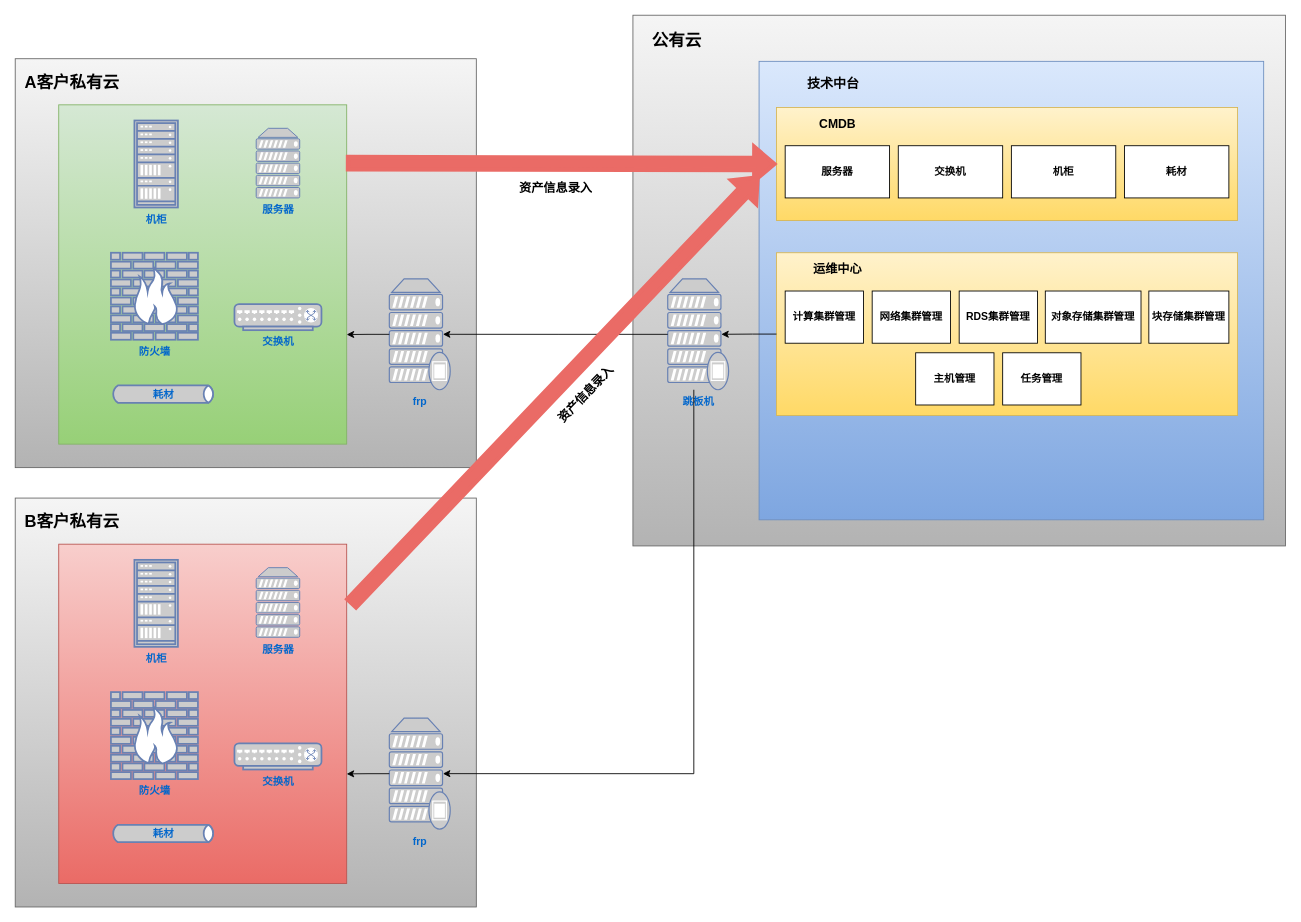
The draw.io diagram 多云纳管.drawio in WilliamWanCN/WilliamWanCN.github.io, before the edit. Source tidied: cells renumbered, new cells numbered last; positions are measured from the earlier drawing's top-left corner, leaving out a move shared by most shapes. Both pictures are drawn from the tidied source at 87%, with x=0, y=0 at pixel (15, 15).
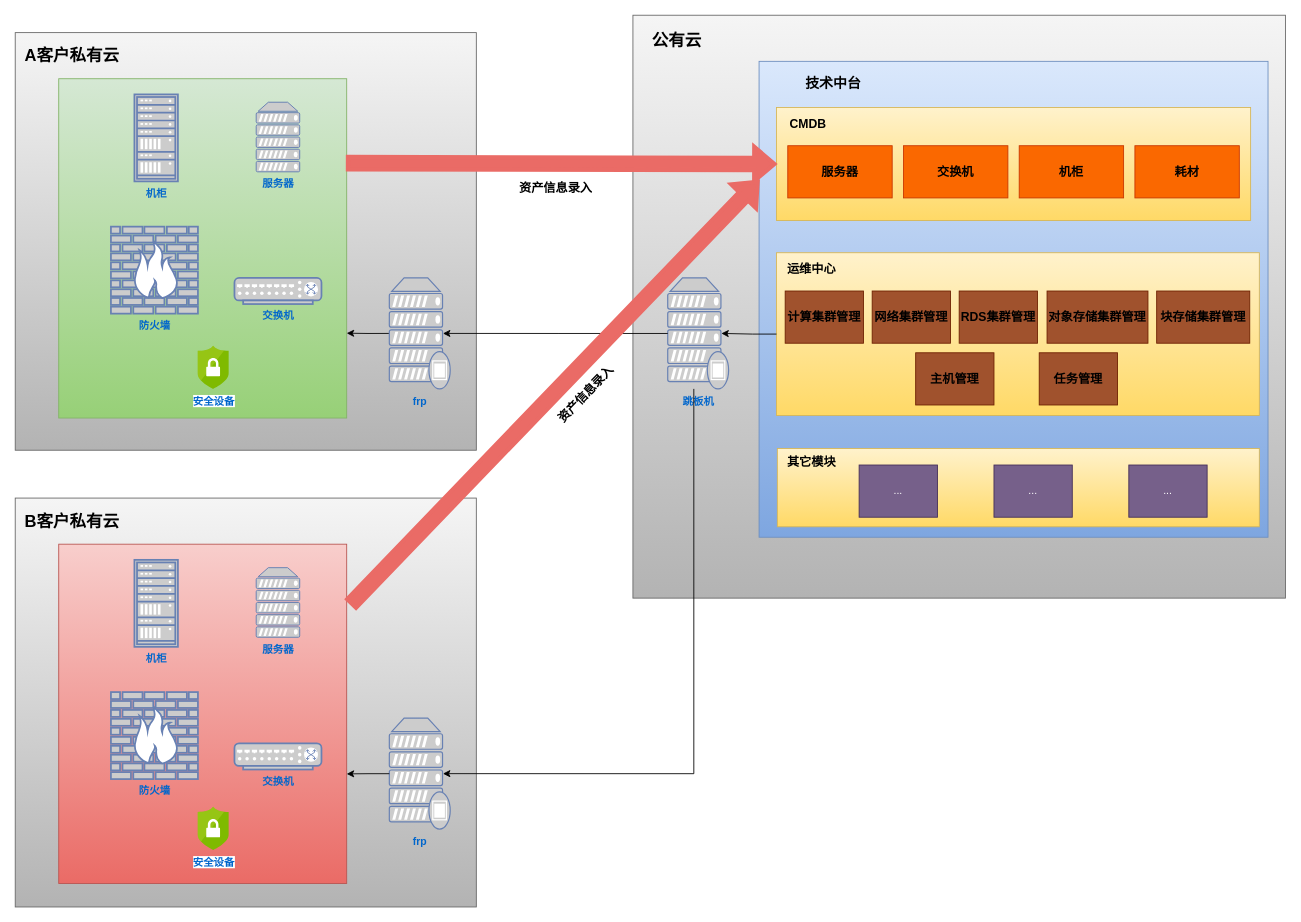
The same diagram, later.

Commit message:
更新多云纳管.drawio

What changed in the source:
```diff
@@
     <mxCell id="2" style="rounded=0;whiteSpace=wrap;html=1;fillColor=#f5f5f5;strokeColor=#666666;gradientColor=#b3b3b3;" parent="1" vertex="1">
-      <mxGeometry y="50" width="530" height="470" as="geometry" />
+      <mxGeometry y="20" width="530" height="480" as="geometry" />
     </mxCell>
     <mxCell id="3" value="&lt;font size=&quot;1&quot; style=&quot;&quot;&gt;&lt;b style=&quot;font-size: 19px;&quot;&gt;A客户私有云&lt;/b&gt;&lt;/font&gt;" style="text;html=1;align=center;verticalAlign=middle;strokeColor=none;fillColor=none;" parent="1" vertex="1">
-      <mxGeometry y="58" width="130" height="40" as="geometry" />
+      <mxGeometry y="27" width="130" height="40" as="geometry" />
     </mxCell>
     <mxCell id="4" style="rounded=0;whiteSpace=wrap;html=1;fillColor=#f5f5f5;strokeColor=#666666;gradientColor=#b3b3b3;" parent="1" vertex="1">
-      <mxGeometry x="710" width="750" height="610" as="geometry" />
+      <mxGeometry x="710" width="750" height="670" as="geometry" />
     </mxCell>
     <mxCell id="5" style="rounded=0;whiteSpace=wrap;html=1;fillColor=#d5e8d4;strokeColor=#82b366;gradientColor=#97d077;" parent="1" vertex="1">
-      <mxGeometry x="50" y="103" width="331" height="390" as="geometry" />
+      <mxGeometry x="50" y="73" width="331" height="390" as="geometry" />
     </mxCell>
     <mxCell id="6" value="&lt;b&gt;服务器&lt;/b&gt;" style="fontColor=#0066CC;verticalAlign=top;verticalLabelPosition=bottom;labelPosition=center;align=center;html=1;fillColor=#CCCCCC;strokeColor=#6881B3;gradientColor=none;gradientDirection=north;strokeWidth=2;shape=mxgraph.networks.server;" parent="1" vertex="1">
-      <mxGeometry x="277" y="130" width="50" height="80" as="geometry" />
+      <mxGeometry x="277" y="100" width="50" height="80" as="geometry" />
     </mxCell>
     <mxCell id="7" value="&lt;b&gt;交换机&lt;/b&gt;" style="fontColor=#0066CC;verticalAlign=top;verticalLabelPosition=bottom;labelPosition=center;align=center;html=1;fillColor=#CCCCCC;strokeColor=#6881B3;gradientColor=none;gradientDirection=north;strokeWidth=2;shape=mxgraph.networks.switch;" parent="1" vertex="1">
-      <mxGeometry x="252" y="332" width="100" height="30" as="geometry" />
+      <mxGeometry x="252" y="302" width="100" height="30" as="geometry" />
     </mxCell>
     <mxCell id="8" value="&lt;b&gt;机柜&lt;/b&gt;" style="fontColor=#0066CC;verticalAlign=top;verticalLabelPosition=bottom;labelPosition=center;align=center;html=1;fillColor=#CCCCCC;strokeColor=#6881B3;gradientColor=none;gradientDirection=north;strokeWidth=2;shape=mxgraph.networks.rack;" parent="1" vertex="1">
-      <mxGeometry x="137" y="121" width="50" height="100" as="geometry" />
+      <mxGeometry x="137" y="91" width="50" height="100" as="geometry" />
     </mxCell>
     <mxCell id="9" value="&lt;b&gt;防火墙&lt;/b&gt;" style="fontColor=#0066CC;verticalAlign=top;verticalLabelPosition=bottom;labelPosition=center;align=center;html=1;fillColor=#CCCCCC;strokeColor=#6881B3;gradientColor=none;gradientDirection=north;strokeWidth=2;shape=mxgraph.networks.firewall;" parent="1" vertex="1">
-      <mxGeometry x="110" y="273" width="100" height="100" as="geometry" />
+      <mxGeometry x="110" y="243" width="100" height="100" as="geometry" />
     </mxCell>
-    <mxCell id="10" value="&lt;b&gt;&lt;font color=&quot;#0066cc&quot;&gt;耗材&lt;/font&gt;&lt;/b&gt;" style="html=1;fillColor=#CCCCCC;strokeColor=#6881B3;gradientColor=none;gradientDirection=north;strokeWidth=2;shape=mxgraph.networks.bus;gradientColor=none;gradientDirection=north;fontColor=#ffffff;perimeter=backbonePerimeter;backboneSize=20;" parent="1" vertex="1">
-      <mxGeometry x="110" y="430.5" width="120" height="10" as="geometry" />
-    </mxCell>
     <mxCell id="11" style="rounded=0;whiteSpace=wrap;html=1;fillColor=#dae8fc;strokeColor=#6c8ebf;gradientColor=#7ea6e0;" parent="1" vertex="1">
-      <mxGeometry x="855" y="53" width="580" height="527" as="geometry" />
+      <mxGeometry x="855" y="53" width="585" height="547" as="geometry" />
     </mxCell>
     <mxCell id="12" style="rounded=0;whiteSpace=wrap;html=1;fillColor=#fff2cc;gradientColor=#ffd966;strokeColor=#d6b656;" parent="1" vertex="1">
-      <mxGeometry x="875" y="106" width="530" height="130" as="geometry" />
+      <mxGeometry x="875" y="106" width="545" height="130" as="geometry" />
     </mxCell>
-    <mxCell id="13" value="&lt;b&gt;服务器&lt;/b&gt;" style="rounded=0;whiteSpace=wrap;html=1;" parent="1" vertex="1">
-      <mxGeometry x="885" y="150" width="120" height="60" as="geometry" />
+    <mxCell id="13" value="&lt;b&gt;&lt;font style=&quot;font-size: 14px;&quot;&gt;服务器&lt;/font&gt;&lt;/b&gt;" style="rounded=0;whiteSpace=wrap;html=1;fillColor=#fa6800;strokeColor=#C73500;fontColor=#000000;" parent="1" vertex="1">
+      <mxGeometry x="888" y="150" width="120" height="60" as="geometry" />
     </mxCell>
-    <mxCell id="14" value="&lt;b&gt;交换机&lt;/b&gt;" style="rounded=0;whiteSpace=wrap;html=1;" parent="1" vertex="1">
-      <mxGeometry x="1015" y="150" width="120" height="60" as="geometry" />
+    <mxCell id="14" value="&lt;b&gt;&lt;font style=&quot;font-size: 14px;&quot;&gt;交换机&lt;/font&gt;&lt;/b&gt;" style="rounded=0;whiteSpace=wrap;html=1;fillColor=#fa6800;fontColor=#000000;strokeColor=#C73500;" parent="1" vertex="1">
+      <mxGeometry x="1021" y="150" width="120" height="60" as="geometry" />
     </mxCell>
-    <mxCell id="15" value="&lt;b&gt;机柜&lt;/b&gt;" style="rounded=0;whiteSpace=wrap;html=1;" parent="1" vertex="1">
-      <mxGeometry x="1145" y="150" width="120" height="60" as="geometry" />
+    <mxCell id="15" value="&lt;b&gt;&lt;font style=&quot;font-size: 14px;&quot;&gt;机柜&lt;/font&gt;&lt;/b&gt;" style="rounded=0;whiteSpace=wrap;html=1;fillColor=#fa6800;fontColor=#000000;strokeColor=#C73500;" parent="1" vertex="1">
+      <mxGeometry x="1154" y="150" width="120" height="60" as="geometry" />
     </mxCell>
-    <mxCell id="16" value="&lt;b&gt;耗材&lt;/b&gt;" style="rounded=0;whiteSpace=wrap;html=1;" parent="1" vertex="1">
-      <mxGeometry x="1275" y="150" width="120" height="60" as="geometry" />
+    <mxCell id="16" value="&lt;b&gt;&lt;font style=&quot;font-size: 14px;&quot;&gt;耗材&lt;/font&gt;&lt;/b&gt;" style="rounded=0;whiteSpace=wrap;html=1;fillColor=#fa6800;fontColor=#000000;strokeColor=#C73500;" parent="1" vertex="1">
+      <mxGeometry x="1287" y="150" width="120" height="60" as="geometry" />
     </mxCell>
     <mxCell id="17" value="&lt;b&gt;&lt;font style=&quot;font-size: 14px;&quot;&gt;CMDB&lt;/font&gt;&lt;/b&gt;" style="text;html=1;align=center;verticalAlign=middle;strokeColor=none;fillColor=none;" parent="1" vertex="1">
-      <mxGeometry x="910" y="110" width="70" height="30" as="geometry" />
+      <mxGeometry x="876" y="110" width="70" height="30" as="geometry" />
     </mxCell>
-    <mxCell id="18" value="&lt;font style=&quot;font-size: 15px;&quot;&gt;&lt;b&gt;技术中台&lt;/b&gt;&lt;/font&gt;" style="text;html=1;align=center;verticalAlign=middle;strokeColor=none;fillColor=none;" parent="1" vertex="1">
-      <mxGeometry x="900" y="63" width="80" height="30" as="geometry" />
+    <mxCell id="18" value="&lt;font size=&quot;1&quot; style=&quot;&quot;&gt;&lt;b style=&quot;font-size: 16px;&quot;&gt;技术中台&lt;/b&gt;&lt;/font&gt;" style="text;html=1;align=center;verticalAlign=middle;strokeColor=none;fillColor=none;" parent="1" vertex="1">
+      <mxGeometry x="895" y="63" width="90" height="30" as="geometry" />
     </mxCell>
@@
     <mxCell id="20" value="&lt;b&gt;跳板机&lt;/b&gt;" style="fontColor=#0066CC;verticalAlign=top;verticalLabelPosition=bottom;labelPosition=center;align=center;html=1;outlineConnect=0;fillColor=#CCCCCC;strokeColor=#6881B3;gradientColor=none;gradientDirection=north;strokeWidth=2;shape=mxgraph.networks.proxy_server;" parent="1" vertex="1">
-      <mxGeometry x="750" y="303" width="70" height="127.5" as="geometry" />
+      <mxGeometry x="750" y="302" width="70" height="127.5" as="geometry" />
     </mxCell>
     <mxCell id="21" style="rounded=0;whiteSpace=wrap;html=1;fillColor=#fff2cc;gradientColor=#ffd966;strokeColor=#d6b656;" parent="1" vertex="1">
-      <mxGeometry x="875" y="273" width="530" height="187" as="geometry" />
+      <mxGeometry x="875" y="273" width="555" height="187" as="geometry" />
     </mxCell>
-    <mxCell id="22" value="&lt;b&gt;计算集群管理&lt;/b&gt;" style="rounded=0;whiteSpace=wrap;html=1;" parent="1" vertex="1">
+    <mxCell id="22" value="&lt;b&gt;&lt;font style=&quot;font-size: 14px;&quot; color=&quot;#000000&quot;&gt;计算集群管理&lt;/font&gt;&lt;/b&gt;" style="rounded=0;whiteSpace=wrap;html=1;fillColor=#a0522d;fontColor=#ffffff;strokeColor=#6D1F00;" parent="1" vertex="1">
       <mxGeometry x="885" y="317" width="90" height="60" as="geometry" />
     </mxCell>
-    <mxCell id="23" value="&lt;b&gt;网络集群管理&lt;/b&gt;" style="rounded=0;whiteSpace=wrap;html=1;" parent="1" vertex="1">
+    <mxCell id="23" value="&lt;b&gt;&lt;font style=&quot;font-size: 14px;&quot; color=&quot;#000000&quot;&gt;网络集群管理&lt;/font&gt;&lt;/b&gt;" style="rounded=0;whiteSpace=wrap;html=1;fillColor=#a0522d;fontColor=#ffffff;strokeColor=#6D1F00;" parent="1" vertex="1">
       <mxGeometry x="985" y="317" width="90" height="60" as="geometry" />
     </mxCell>
-    <mxCell id="24" value="&lt;b&gt;RDS集群管理&lt;/b&gt;" style="rounded=0;whiteSpace=wrap;html=1;" parent="1" vertex="1">
+    <mxCell id="24" value="&lt;b&gt;&lt;font style=&quot;font-size: 14px;&quot; color=&quot;#000000&quot;&gt;RDS集群管理&lt;/font&gt;&lt;/b&gt;" style="rounded=0;whiteSpace=wrap;html=1;fillColor=#a0522d;fontColor=#ffffff;strokeColor=#6D1F00;" parent="1" vertex="1">
       <mxGeometry x="1085" y="317" width="90" height="60" as="geometry" />
     </mxCell>
-    <mxCell id="25" value="&lt;b&gt;对象存储集群管理&lt;/b&gt;" style="rounded=0;whiteSpace=wrap;html=1;" parent="1" vertex="1">
-      <mxGeometry x="1184" y="317" width="110" height="60" as="geometry" />
+    <mxCell id="25" value="&lt;b&gt;&lt;font color=&quot;#000000&quot; style=&quot;font-size: 14px;&quot;&gt;对象存储集群管理&lt;/font&gt;&lt;/b&gt;" style="rounded=0;whiteSpace=wrap;html=1;fillColor=#a0522d;fontColor=#ffffff;strokeColor=#6D1F00;" parent="1" vertex="1">
+      <mxGeometry x="1186" y="317" width="116" height="60" as="geometry" />
     </mxCell>
     <mxCell id="26" value="&lt;b&gt;&lt;font style=&quot;font-size: 14px;&quot;&gt;运维中心&lt;/font&gt;&lt;/b&gt;" style="text;html=1;align=center;verticalAlign=middle;strokeColor=none;fillColor=none;" parent="1" vertex="1">
-      <mxGeometry x="905" y="277" width="80" height="30" as="geometry" />
+      <mxGeometry x="875" y="277" width="80" height="30" as="geometry" />
     </mxCell>
-    <mxCell id="27" value="&lt;b&gt;块存储集群管理&lt;/b&gt;" style="rounded=0;whiteSpace=wrap;html=1;" parent="1" vertex="1">
-      <mxGeometry x="1303" y="317" width="92" height="60" as="geometry" />
+    <mxCell id="27" value="&lt;b&gt;&lt;font color=&quot;#000000&quot; style=&quot;font-size: 14px;&quot;&gt;块存储集群管理&lt;/font&gt;&lt;/b&gt;" style="rounded=0;whiteSpace=wrap;html=1;fillColor=#a0522d;fontColor=#ffffff;strokeColor=#6D1F00;" parent="1" vertex="1">
+      <mxGeometry x="1312" y="317" width="107" height="60" as="geometry" />
     </mxCell>
-    <mxCell id="28" value="&lt;b&gt;主机管理&lt;/b&gt;" style="rounded=0;whiteSpace=wrap;html=1;" parent="1" vertex="1">
+    <mxCell id="28" value="&lt;b&gt;&lt;font color=&quot;#000000&quot; style=&quot;font-size: 14px;&quot;&gt;主机管理&lt;/font&gt;&lt;/b&gt;" style="rounded=0;whiteSpace=wrap;html=1;fillColor=#a0522d;fontColor=#ffffff;strokeColor=#6D1F00;" parent="1" vertex="1">
       <mxGeometry x="1035" y="388" width="90" height="60" as="geometry" />
     </mxCell>
-    <mxCell id="29" value="&lt;b&gt;任务管理&lt;/b&gt;" style="rounded=0;whiteSpace=wrap;html=1;" parent="1" vertex="1">
-      <mxGeometry x="1135" y="388" width="90" height="60" as="geometry" />
+    <mxCell id="29" value="&lt;b&gt;&lt;font color=&quot;#000000&quot; style=&quot;font-size: 14px;&quot;&gt;任务管理&lt;/font&gt;&lt;/b&gt;" style="rounded=0;whiteSpace=wrap;html=1;fillColor=#a0522d;fontColor=#ffffff;strokeColor=#6D1F00;" parent="1" vertex="1">
+      <mxGeometry x="1177" y="388" width="90" height="60" as="geometry" />
     </mxCell>
@@
+    <mxCell id="35" style="edgeStyle=orthogonalEdgeStyle;rounded=0;jettySize=auto;html=1;exitX=0;exitY=0.5;exitDx=0;exitDy=0;exitPerimeter=0;entryX=1;entryY=0.75;entryDx=0;entryDy=0;" parent="1" edge="1" source="32" target="5">
+      <mxGeometry relative="1" as="geometry" />
+    </mxCell>
     <mxCell id="32" value="&lt;b&gt;frp&lt;/b&gt;" style="fontColor=#0066CC;verticalAlign=top;verticalLabelPosition=bottom;labelPosition=center;align=center;html=1;outlineConnect=0;fillColor=#CCCCCC;strokeColor=#6881B3;gradientColor=none;gradientDirection=north;strokeWidth=2;shape=mxgraph.networks.proxy_server;" parent="1" vertex="1">
-      <mxGeometry x="430" y="303" width="70" height="127.5" as="geometry" />
+      <mxGeometry x="430" y="302" width="70" height="127.5" as="geometry" />
     </mxCell>
@@
-    <mxCell id="35" style="edgeStyle=orthogonalEdgeStyle;rounded=0;jettySize=auto;html=1;entryX=1;entryY=0.677;entryDx=0;entryDy=0;entryPerimeter=0;" parent="1" edge="1" source="32" target="5">
-      <mxGeometry relative="1" as="geometry" />
-    </mxCell>
@@
-    <mxCell id="43" value="&lt;b&gt;&lt;font color=&quot;#0066cc&quot;&gt;耗材&lt;/font&gt;&lt;/b&gt;" style="html=1;fillColor=#CCCCCC;strokeColor=#6881B3;gradientColor=none;gradientDirection=north;strokeWidth=2;shape=mxgraph.networks.bus;gradientColor=none;gradientDirection=north;fontColor=#ffffff;perimeter=backbonePerimeter;backboneSize=20;" parent="1" vertex="1">
-      <mxGeometry x="110" y="935.5" width="120" height="10" as="geometry" />
-    </mxCell>
@@
+    <mxCell id="49" value="&lt;b&gt;&lt;font color=&quot;#0066cc&quot;&gt;安全设备&lt;/font&gt;&lt;/b&gt;" style="image;sketch=0;html=1;align=center;fontSize=12;image=img/lib/mscae/Security_Center.svg;" parent="1" vertex="1">
+      <mxGeometry x="210" y="380" width="36" height="50" as="geometry" />
+    </mxCell>
+    <mxCell id="50" value="&lt;b&gt;&lt;font color=&quot;#0066cc&quot;&gt;安全设备&lt;/font&gt;&lt;/b&gt;" style="image;sketch=0;html=1;align=center;fontSize=12;image=img/lib/mscae/Security_Center.svg;" parent="1" vertex="1">
+      <mxGeometry x="210" y="910" width="36" height="50" as="geometry" />
+    </mxCell>
+    <mxCell id="51" style="rounded=0;whiteSpace=wrap;html=1;fillColor=#fff2cc;gradientColor=#ffd966;strokeColor=#d6b656;" parent="1" vertex="1">
+      <mxGeometry x="876" y="498" width="554" height="90" as="geometry" />
+    </mxCell>
+    <mxCell id="52" value="..." style="rounded=0;whiteSpace=wrap;html=1;fillColor=#76608a;fontColor=#ffffff;strokeColor=#432D57;" parent="1" vertex="1">
+      <mxGeometry x="970" y="517" width="90" height="60" as="geometry" />
+    </mxCell>
+    <mxCell id="53" value="..." style="rounded=0;whiteSpace=wrap;html=1;fillColor=#76608a;fontColor=#ffffff;strokeColor=#432D57;" parent="1" vertex="1">
+      <mxGeometry x="1125" y="517" width="90" height="60" as="geometry" />
+    </mxCell>
+    <mxCell id="54" value="..." style="rounded=0;whiteSpace=wrap;html=1;fillColor=#76608a;fontColor=#ffffff;strokeColor=#432D57;" parent="1" vertex="1">
+      <mxGeometry x="1280" y="517" width="90" height="60" as="geometry" />
+    </mxCell>
+    <mxCell id="55" value="&lt;span style=&quot;font-size: 14px;&quot;&gt;&lt;b&gt;其它模块&lt;/b&gt;&lt;/span&gt;" style="text;html=1;align=center;verticalAlign=middle;strokeColor=none;fillColor=none;" parent="1" vertex="1">
+      <mxGeometry x="875" y="499" width="80" height="30" as="geometry" />
+    </mxCell>
```
